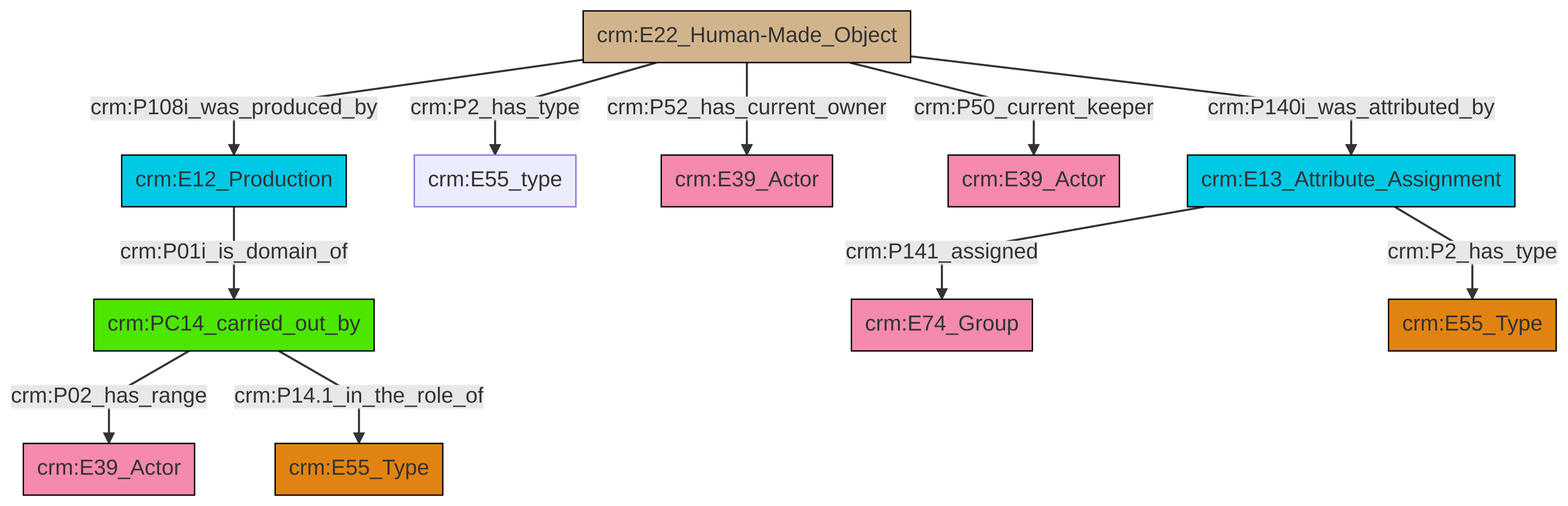
Above: et/artworkCSV/ttl/mmd/png/Artwork_Actor_Relations.png in swiss-art-research-net/docs.swissartresearch (Mermaid), before the change. Its source is kept beside it as et/artworkCSV/ttl/mmd/Artwork_Actor_Relations.ttl.mmd.
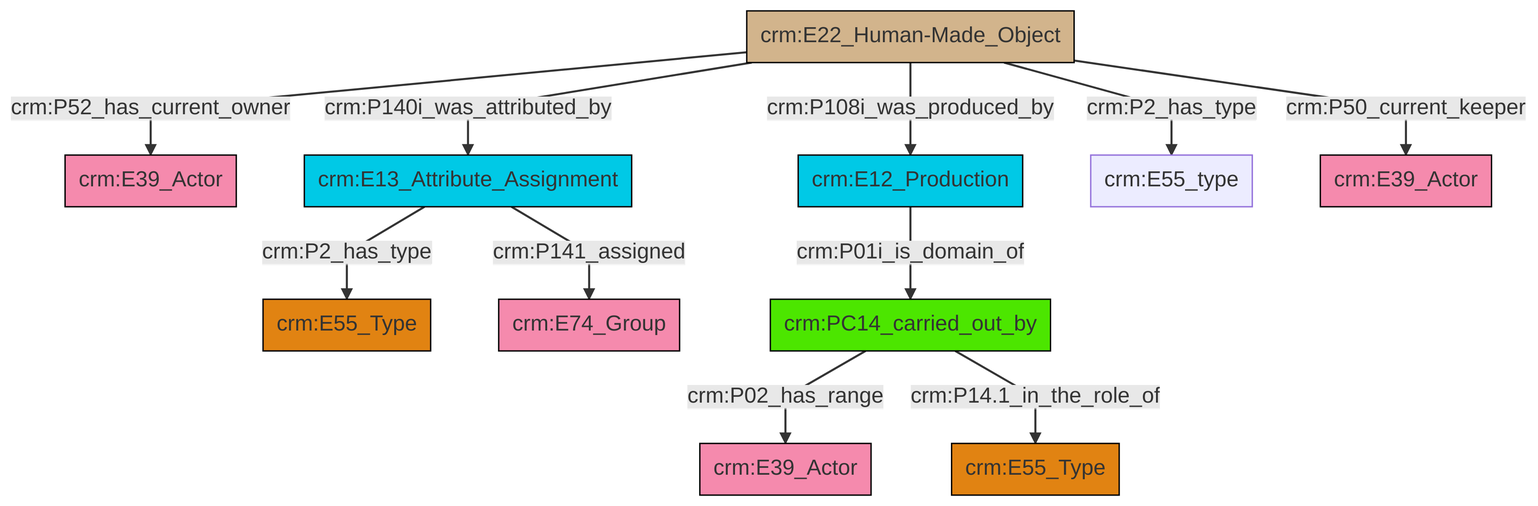
Later version of the same file.

What changed in the source:
```diff
@@ -13,13 +13,13 @@
 classDef PC_Classes fill:#4ce600, stroke:#000000;
 classDef Multi fill:#cccccc,stroke:#000000;
 
-0["crm:E12_Production"]:::Temporal_Entity -->|crm:P01i_is_domain_of| 1["crm:PC14_carried_out_by"]:::PC_Classes
-2["crm:E22_Human-Made_Object"]:::Physical_Thing -->|crm:P2_has_type| 3["crm:E55_type"]:::Default
-9["crm:E13_Attribute_Assignment"]:::Temporal_Entity -->|crm:P141_assigned| 10["crm:E74_Group"]:::Actor
-2["crm:E22_Human-Made_Object"]:::Physical_Thing -->|crm:P52_has_current_owner| 4["crm:E39_Actor"]:::Actor
-9["crm:E13_Attribute_Assignment"]:::Temporal_Entity -->|crm:P2_has_type| 12["crm:E55_Type"]:::Type
-2["crm:E22_Human-Made_Object"]:::Physical_Thing -->|crm:P140i_was_attributed_by| 9["crm:E13_Attribute_Assignment"]:::Temporal_Entity
-2["crm:E22_Human-Made_Object"]:::Physical_Thing -->|crm:P50_current_keeper| 7["crm:E39_Actor"]:::Actor
-1["crm:PC14_carried_out_by"]:::PC_Classes -->|crm:P02_has_range| 17["crm:E39_Actor"]:::Actor
-2["crm:E22_Human-Made_Object"]:::Physical_Thing -->|crm:P108i_was_produced_by| 0["crm:E12_Production"]:::Temporal_Entity
-1["crm:PC14_carried_out_by"]:::PC_Classes -->|crm:P14.1_in_the_role_of| 18["crm:E55_Type"]:::Type
+2["crm:E13_Attribute_Assignment"]:::Temporal_Entity -->|crm:P2_has_type| 0["crm:E55_Type"]:::Type
+4["crm:PC14_carried_out_by"]:::PC_Classes -->|crm:P02_has_range| 5["crm:E39_Actor"]:::Actor
+10["crm:E22_Human-Made_Object"]:::Physical_Thing -->|crm:P52_has_current_owner| 11["crm:E39_Actor"]:::Actor
+8["crm:E12_Production"]:::Temporal_Entity -->|crm:P01i_is_domain_of| 4["crm:PC14_carried_out_by"]:::PC_Classes
+10["crm:E22_Human-Made_Object"]:::Physical_Thing -->|crm:P140i_was_attributed_by| 2["crm:E13_Attribute_Assignment"]:::Temporal_Entity
+10["crm:E22_Human-Made_Object"]:::Physical_Thing -->|crm:P108i_was_produced_by| 8["crm:E12_Production"]:::Temporal_Entity
+2["crm:E13_Attribute_Assignment"]:::Temporal_Entity -->|crm:P141_assigned| 16["crm:E74_Group"]:::Actor
+10["crm:E22_Human-Made_Object"]:::Physical_Thing -->|crm:P2_has_type| 17["crm:E55_type"]:::Default
+10["crm:E22_Human-Made_Object"]:::Physical_Thing -->|crm:P50_current_keeper| 6["crm:E39_Actor"]:::Actor
+4["crm:PC14_carried_out_by"]:::PC_Classes -->|crm:P14.1_in_the_role_of| 19["crm:E55_Type"]:::Type
```
